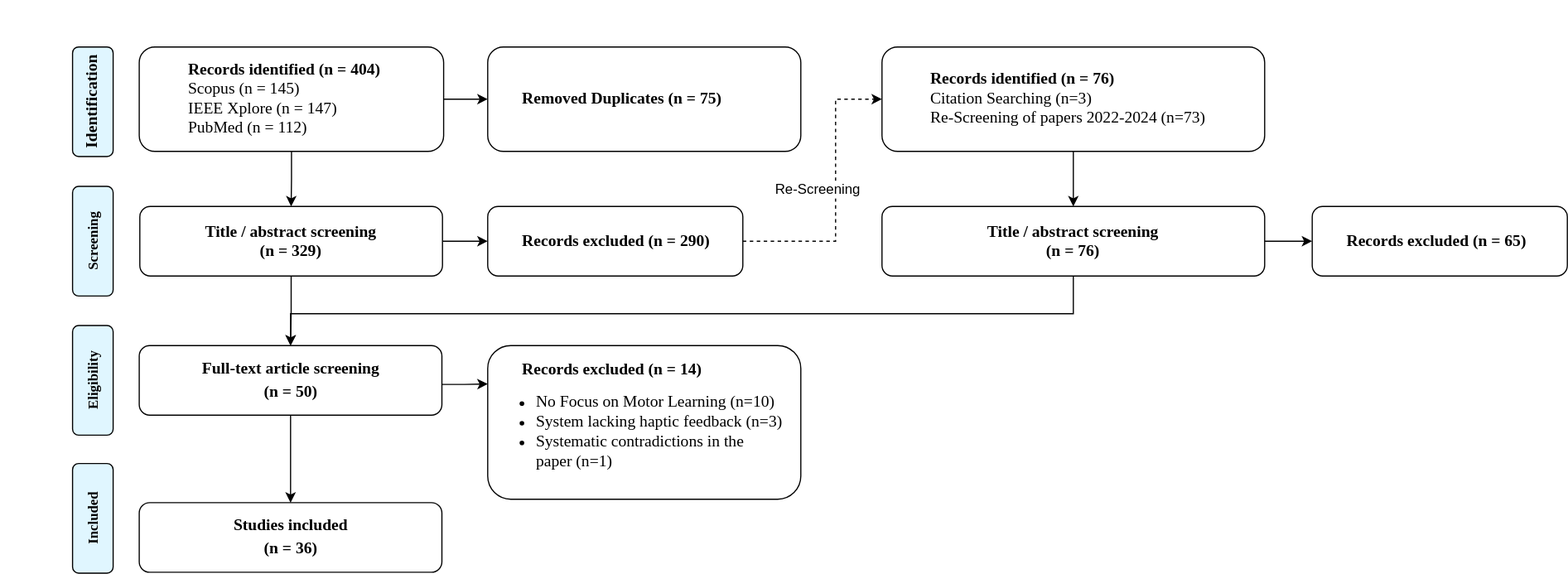
Above: figures/prisma_overview.svg in Hobsyllvin/Literature-Research-Master-Thesis (draw.io), before the change. Source tidied: cells renumbered, new cells last; positions are measured from the earlier drawing's top-left corner, leaving out a move shared by most shapes.
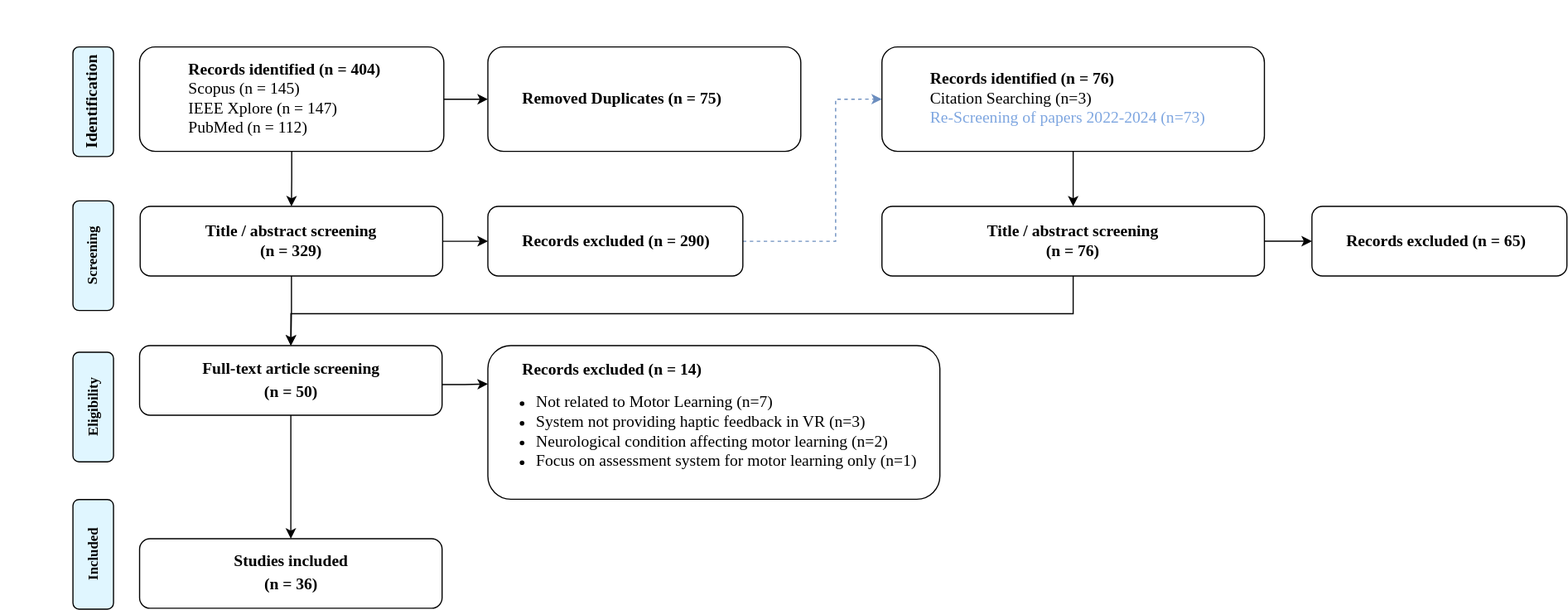
Above is the later version.

Commit message:
Changed Records Excluded

Change to the diagram source:
```diff
@@ -34,7 +34,7 @@
     <mxCell id="10" value="&lt;div&gt;&lt;font style=&quot;font-size: 14px;&quot;&gt;&lt;b&gt;&lt;font&gt;Full-text article screening&lt;/font&gt;&lt;/b&gt;&lt;/font&gt;&lt;/div&gt;&lt;div&gt;&lt;b&gt;&lt;font style=&quot;font-size: 14px;&quot;&gt;(n = 50)&lt;/font&gt;&lt;font size=&quot;3&quot;&gt;&lt;br&gt;&lt;/font&gt;&lt;/b&gt;&lt;/div&gt;" style="rounded=1;whiteSpace=wrap;html=1;fontSize=12;glass=0;strokeWidth=1;shadow=0;fontFamily=Times New Roman;" parent="1" vertex="1">
       <mxGeometry x="119.5" y="297.5" width="261" height="60" as="geometry" />
     </mxCell>
-    <mxCell id="11" style="edgeStyle=orthogonalEdgeStyle;rounded=0;jettySize=auto;html=1;entryX=0;entryY=0.5;entryDx=0;entryDy=0;dashed=1;" parent="1" edge="1" source="12" target="22">
+    <mxCell id="11" style="edgeStyle=orthogonalEdgeStyle;rounded=0;jettySize=auto;html=1;dashed=1;entryX=0;entryY=0.5;entryDx=0;entryDy=0;fontColor=#B5739D;fillColor=#dae8fc;strokeColor=#6c8ebf;" parent="1" edge="1" source="12" target="22">
       <mxGeometry relative="1" as="geometry">
         <Array as="points">
           <mxPoint x="720" y="208" />
@@ -45,11 +45,11 @@
     <mxCell id="12" value="&lt;div align=&quot;left&quot;&gt;&lt;div&gt;&lt;font&gt;&lt;b&gt;&lt;font style=&quot;font-size: 14px;&quot;&gt;&lt;span style=&quot;white-space: pre;&quot;&gt;&#9;&lt;/span&gt;Records excluded (n = 290)&lt;/font&gt;&lt;/b&gt;&lt;/font&gt;&lt;/div&gt;&lt;/div&gt;" style="rounded=1;whiteSpace=wrap;html=1;fontSize=12;glass=0;strokeWidth=1;shadow=0;align=left;fontFamily=Times New Roman;" parent="1" vertex="1">
       <mxGeometry x="420" y="177.5" width="220" height="60" as="geometry" />
     </mxCell>
-    <mxCell id="13" value="&lt;div align=&quot;justify&quot;&gt;&lt;b&gt;&lt;font style=&quot;font-size: 14px;&quot;&gt;&lt;span style=&quot;white-space: pre;&quot;&gt;&#9;&lt;/span&gt;Records excluded (n = 14)&lt;/font&gt;&lt;/b&gt;&lt;/div&gt;&lt;div align=&quot;justify&quot;&gt;&lt;ul&gt;&lt;li&gt;&lt;font style=&quot;font-size: 14px;&quot;&gt;No Focus on Motor Learning&lt;/font&gt;&lt;font style=&quot;font-size: 14px;&quot;&gt; (n=10)&lt;/font&gt;&lt;/li&gt;&lt;li&gt;&lt;font style=&quot;font-size: 14px;&quot;&gt;System lacking haptic feedback (n=3)&lt;/font&gt;&lt;/li&gt;&lt;li&gt;&lt;font style=&quot;font-size: 14px;&quot;&gt;Systematic contradictions in the &lt;br&gt;paper (n=1)&lt;br&gt;&lt;/font&gt;&lt;/li&gt;&lt;/ul&gt;&lt;/div&gt;" style="rounded=1;whiteSpace=wrap;html=1;fontSize=12;glass=0;strokeWidth=1;shadow=0;align=left;fontFamily=Times New Roman;" parent="1" vertex="1">
-      <mxGeometry x="420" y="297.5" width="270" height="132.5" as="geometry" />
+    <mxCell id="13" value="&lt;div align=&quot;justify&quot;&gt;&lt;b&gt;&lt;font style=&quot;font-size: 14px;&quot;&gt;&lt;span style=&quot;white-space: pre;&quot;&gt;&#9;&lt;/span&gt;Records excluded (n = 14)&lt;/font&gt;&lt;/b&gt;&lt;/div&gt;&lt;div align=&quot;justify&quot;&gt;&lt;ul&gt;&lt;li&gt;&lt;font style=&quot;font-size: 14px;&quot;&gt;Not related to Motor Learning&lt;/font&gt;&lt;font style=&quot;font-size: 14px;&quot;&gt; (n=7)&lt;/font&gt;&lt;/li&gt;&lt;li&gt;&lt;font style=&quot;font-size: 14px;&quot;&gt;System not providing haptic feedback in VR (n=3)&lt;/font&gt;&lt;/li&gt;&lt;li&gt;&lt;font style=&quot;font-size: 14px;&quot;&gt;Neurological condition affecting motor learning (n=2)&lt;br&gt;&lt;/font&gt;&lt;/li&gt;&lt;li&gt;&lt;font style=&quot;font-size: 14px;&quot;&gt;Focus on assessment system for motor learning only (n=1)&lt;br&gt;&lt;/font&gt;&lt;/li&gt;&lt;/ul&gt;&lt;/div&gt;" style="rounded=1;whiteSpace=wrap;html=1;fontSize=12;glass=0;strokeWidth=1;shadow=0;align=left;fontFamily=Times New Roman;rotation=0;" parent="1" vertex="1">
+      <mxGeometry x="420" y="297.5" width="390" height="132.5" as="geometry" />
     </mxCell>
     <mxCell id="14" value="&lt;div&gt;&lt;font style=&quot;font-size: 14px;&quot;&gt;&lt;b&gt;&lt;font&gt;Studies included&lt;/font&gt;&lt;/b&gt;&lt;/font&gt;&lt;/div&gt;&lt;div&gt;&lt;b&gt;&lt;font style=&quot;font-size: 14px;&quot;&gt;(n = 36)&lt;/font&gt;&lt;font size=&quot;3&quot;&gt;&lt;br&gt;&lt;/font&gt;&lt;/b&gt;&lt;/div&gt;" style="rounded=1;whiteSpace=wrap;html=1;fontSize=12;glass=0;strokeWidth=1;shadow=0;fontFamily=Times New Roman;" parent="1" vertex="1">
-      <mxGeometry x="119.5" y="433" width="261" height="60" as="geometry" />
+      <mxGeometry x="119.5" y="464" width="261" height="60" as="geometry" />
     </mxCell>
     <mxCell id="15" value="&lt;div align=&quot;left&quot;&gt;&lt;font style=&quot;font-size: 14px;&quot;&gt;&lt;b&gt;&lt;span style=&quot;white-space: pre;&quot;&gt;&#9;&lt;/span&gt;Removed Duplicates (n = 75)&lt;/b&gt;&lt;/font&gt;&lt;/div&gt;" style="rounded=1;whiteSpace=wrap;html=1;fontSize=12;glass=0;strokeWidth=1;shadow=0;align=left;fontFamily=Times New Roman;" parent="1" vertex="1">
       <mxGeometry x="420" y="40" width="270" height="90" as="geometry" />
@@ -58,13 +58,13 @@
       <mxGeometry x="32.2" y="69.8" width="94.5" height="35" as="geometry" />
     </mxCell>
     <mxCell id="17" value="&lt;font&gt;&lt;b&gt;Screening&lt;/b&gt;&lt;/font&gt;" style="rounded=1;whiteSpace=wrap;html=1;rotation=-90;fillColor=#E0F6FF;fontFamily=Times New Roman;" parent="1" vertex="1">
-      <mxGeometry x="32.2" y="190" width="94.5" height="35" as="geometry" />
+      <mxGeometry x="32.2" y="202.5" width="94.5" height="35" as="geometry" />
     </mxCell>
     <mxCell id="18" value="&lt;font&gt;&lt;b&gt;Eligibility&lt;/b&gt;&lt;/font&gt;" style="rounded=1;whiteSpace=wrap;html=1;rotation=-90;fillColor=#E0F6FF;fontFamily=Times New Roman;" parent="1" vertex="1">
-      <mxGeometry x="32.2" y="310" width="94.5" height="35" as="geometry" />
+      <mxGeometry x="32.2" y="333" width="94.5" height="35" as="geometry" />
     </mxCell>
     <mxCell id="19" value="&lt;font&gt;&lt;b&gt;Included&lt;/b&gt;&lt;/font&gt;" style="rounded=1;whiteSpace=wrap;html=1;rotation=-90;fillColor=#E0F6FF;fontFamily=Times New Roman;" parent="1" vertex="1">
-      <mxGeometry x="32.2" y="429" width="94.5" height="35" as="geometry" />
+      <mxGeometry x="32.2" y="460" width="94.5" height="35" as="geometry" />
     </mxCell>
     <mxCell id="20" style="ellipse;whiteSpace=wrap;html=1;fontFamily=Times New Roman;" parent="1" vertex="1">
       <mxGeometry width="40" as="geometry" />
@@ -72,7 +72,7 @@
     <mxCell id="21" style="edgeStyle=orthogonalEdgeStyle;rounded=0;jettySize=auto;html=1;fontFamily=Times New Roman;" parent="1" edge="1" source="22" target="25">
       <mxGeometry relative="1" as="geometry" />
     </mxCell>
-    <mxCell id="22" value="&lt;blockquote&gt;&lt;font style=&quot;font-size: 14px;&quot;&gt;&lt;b&gt;Records identified (n = 76)&lt;/b&gt;&lt;/font&gt;&lt;font style=&quot;font-size: 14px;&quot;&gt;&lt;br&gt;Citation Searching (n=3)&lt;br&gt;Re-Screening of papers 2022-2024 (n=73)&lt;br&gt;&lt;/font&gt;&lt;/blockquote&gt;" style="rounded=1;whiteSpace=wrap;html=1;fontSize=12;glass=0;strokeWidth=1;shadow=0;align=left;fontFamily=Times New Roman;" parent="1" vertex="1">
+    <mxCell id="22" value="&lt;blockquote&gt;&lt;font style=&quot;font-size: 14px;&quot;&gt;&lt;b&gt;Records identified (n = 76)&lt;/b&gt;&lt;/font&gt;&lt;font style=&quot;font-size: 14px;&quot;&gt;&lt;br&gt;Citation Searching (n=3)&lt;br&gt;&lt;font color=&quot;#7ea6e0&quot;&gt;Re-Screening of papers 2022-2024 (n=73)&lt;br&gt;&lt;/font&gt;&lt;/font&gt;&lt;/blockquote&gt;" style="rounded=1;whiteSpace=wrap;html=1;fontSize=12;glass=0;strokeWidth=1;shadow=0;align=left;fontFamily=Times New Roman;" parent="1" vertex="1">
       <mxGeometry x="760" y="40" width="330" height="90" as="geometry" />
     </mxCell>
     <mxCell id="23" style="edgeStyle=orthogonalEdgeStyle;rounded=0;jettySize=auto;html=1;fontFamily=Times New Roman;" parent="1" edge="1" source="25" target="26">
@@ -92,8 +92,5 @@
     <mxCell id="26" value="&lt;div align=&quot;left&quot;&gt;&lt;div&gt;&lt;font&gt;&lt;b&gt;&lt;font style=&quot;font-size: 14px;&quot;&gt;&lt;span style=&quot;white-space: pre;&quot;&gt;&#9;&lt;/span&gt;Records excluded (n = 65)&lt;/font&gt;&lt;/b&gt;&lt;/font&gt;&lt;/div&gt;&lt;/div&gt;" style="rounded=1;whiteSpace=wrap;html=1;fontSize=12;glass=0;strokeWidth=1;shadow=0;align=left;fontFamily=Times New Roman;" parent="1" vertex="1">
       <mxGeometry x="1131" y="177.5" width="220" height="60" as="geometry" />
     </mxCell>
-    <mxCell id="27" value="Re-Screening" style="text;html=1;align=center;verticalAlign=middle;whiteSpace=wrap;rounded=0;labelBackgroundColor=default;" parent="1" vertex="1">
-      <mxGeometry x="660" y="147.5" width="90" height="30" as="geometry" />
-    </mxCell>
   </root>
 </mxGraphModel>
```
